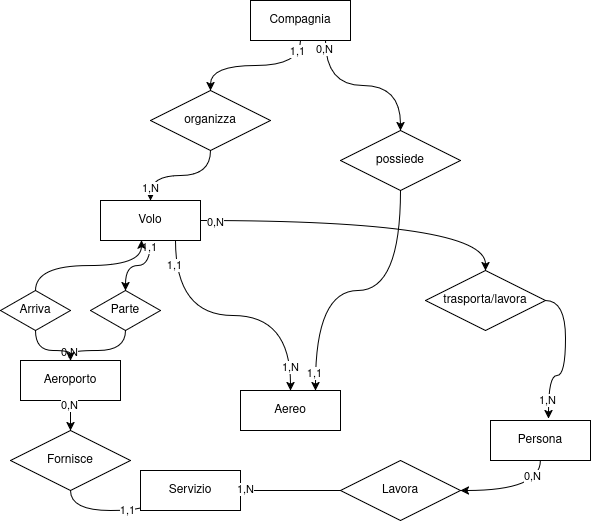
This is grafici/scheletro-top-down.drawio.png from Diebbo/aereodb, a draw.io export, as it was before one commit. Source tidied: cells renumbered, new cells last; positions are measured from the earlier drawing's top-left corner, leaving out a move shared by most shapes.
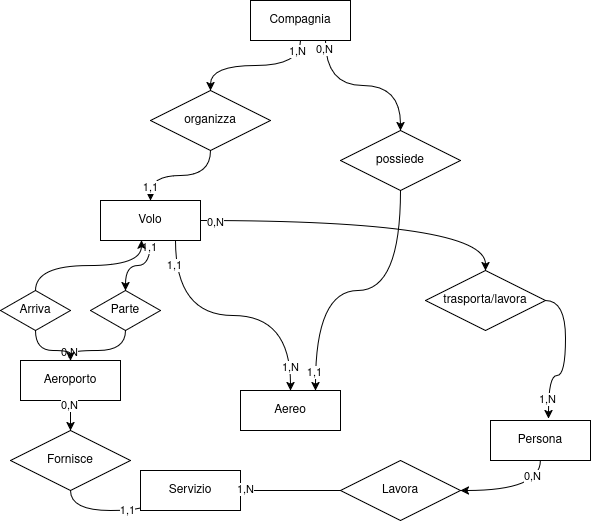
Above is the later version.

Change to the diagram source:
```diff
@@ -5,7 +5,7 @@
     <mxCell id="2" style="edgeStyle=orthogonalEdgeStyle;rounded=0;jettySize=auto;html=1;exitX=0.5;exitY=1;exitDx=0;exitDy=0;entryX=0.5;entryY=0;entryDx=0;entryDy=0;curved=1;" parent="1" edge="1" source="25" target="12">
       <mxGeometry relative="1" as="geometry" />
     </mxCell>
-    <mxCell id="3" value="1,N" style="edgeLabel;html=1;align=center;verticalAlign=middle;" parent="2" vertex="1">
+    <mxCell id="3" value="1,1" style="edgeLabel;html=1;align=center;verticalAlign=middle;" parent="2" vertex="1">
       <mxGeometry x="0.77" relative="1" as="geometry" />
     </mxCell>
     <mxCell id="4" style="edgeStyle=orthogonalEdgeStyle;rounded=0;jettySize=auto;html=1;exitX=0.5;exitY=1;exitDx=0;exitDy=0;entryX=0.75;entryY=0;entryDx=0;entryDy=0;curved=1;" parent="1" edge="1" source="28" target="20">
@@ -68,7 +68,7 @@
     <mxCell id="23" style="edgeStyle=orthogonalEdgeStyle;rounded=0;jettySize=auto;html=1;exitX=0.5;exitY=1;exitDx=0;exitDy=0;entryX=0.5;entryY=0;entryDx=0;entryDy=0;curved=1;" parent="1" edge="1" source="6" target="25">
       <mxGeometry relative="1" as="geometry" />
     </mxCell>
-    <mxCell id="24" value="1,1" style="edgeLabel;html=1;align=center;verticalAlign=middle;" parent="23" vertex="1">
+    <mxCell id="24" value="1,N" style="edgeLabel;html=1;align=center;verticalAlign=middle;" parent="23" vertex="1">
       <mxGeometry x="-0.84" y="-3" relative="1" as="geometry" />
     </mxCell>
     <mxCell id="25" value="organizza" style="shape=rhombus;perimeter=rhombusPerimeter;whiteSpace=wrap;html=1;align=center;" parent="1" vertex="1">
```
